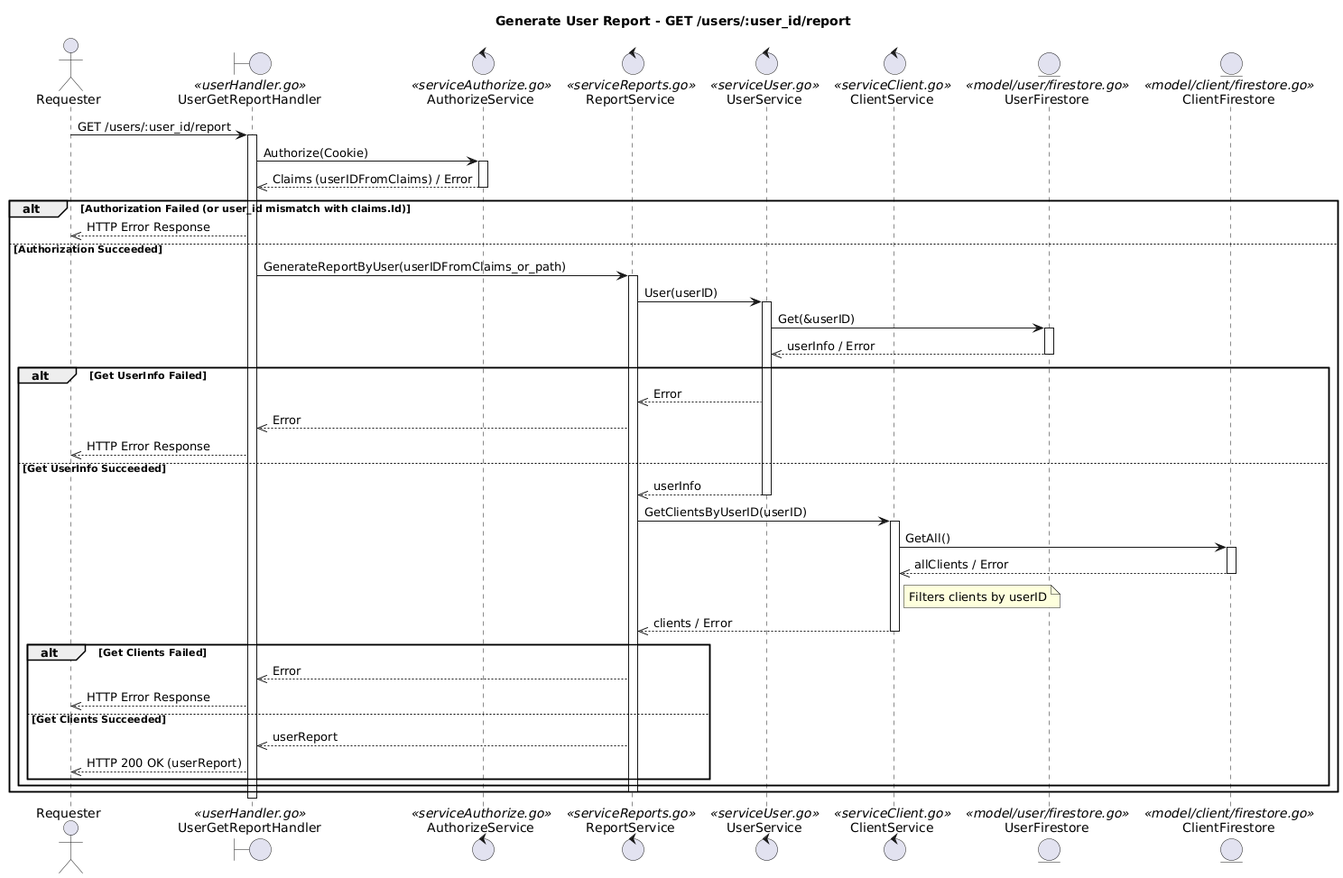
Above: docs/Report/SequenciaReportByUser.png in JulioKobayashiEbury/BankingAPI (PlantUML), before the change.
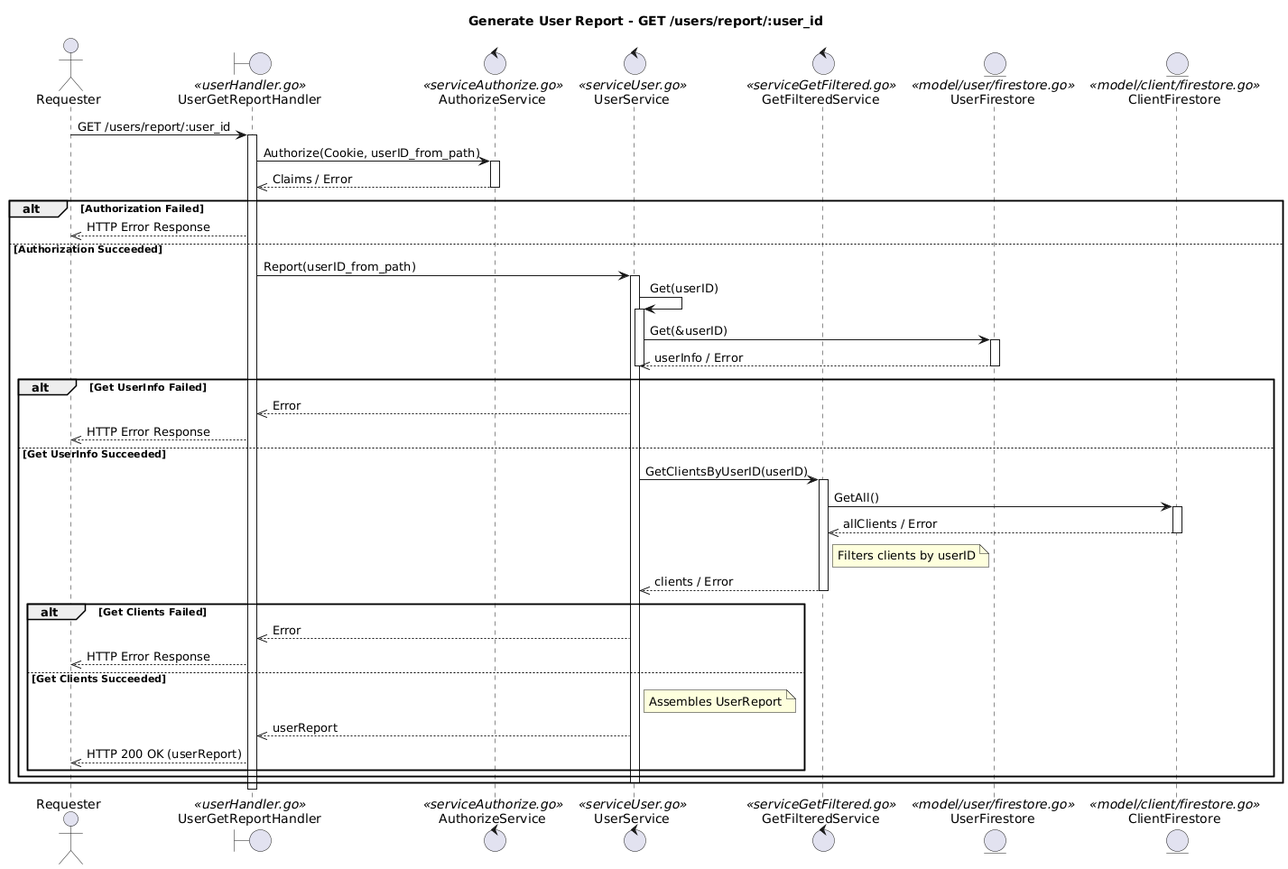
Later version of the same file.

The edit, as a diff of the source:
```diff
@@ -1,61 +1,60 @@
 @startuml
-title Generate User Report - GET /users/:user_id/report
+title Generate User Report - GET /users/report/:user_id
 
 actor Requester
 boundary UserGetReportHandler <<userHandler.go>>
 control AuthorizeService <<serviceAuthorize.go>>
-control ReportService <<serviceReports.go>>
 control UserService <<serviceUser.go>>
-control ClientService <<serviceClient.go>>
+control GetFilteredService <<serviceGetFiltered.go>>
 entity UserFirestore <<model/user/firestore.go>>
 entity ClientFirestore <<model/client/firestore.go>>
 
-Requester -> UserGetReportHandler : GET /users/:user_id/report
+Requester -> UserGetReportHandler : GET /users/report/:user_id
 activate UserGetReportHandler
 
-UserGetReportHandler -> AuthorizeService : Authorize(Cookie)
+UserGetReportHandler -> AuthorizeService : Authorize(Cookie, userID_from_path)
 activate AuthorizeService
-AuthorizeService -->> UserGetReportHandler : Claims (userIDFromClaims) / Error
+AuthorizeService -->> UserGetReportHandler : Claims / Error
 deactivate AuthorizeService
 
-alt Authorization Failed (or user_id mismatch with claims.Id)
+alt Authorization Failed
     UserGetReportHandler -->> Requester : HTTP Error Response
 else Authorization Succeeded
-    UserGetReportHandler -> ReportService : GenerateReportByUser(userIDFromClaims_or_path)
-    activate ReportService
-    ReportService -> UserService : User(userID)
+    UserGetReportHandler -> UserService : Report(userID_from_path)
+    activate UserService
+
+    UserService -> UserService : Get(userID)
     activate UserService
     UserService -> UserFirestore : Get(&userID)
     activate UserFirestore
     UserFirestore -->> UserService : userInfo / Error
     deactivate UserFirestore
+    deactivate UserService
 
     alt Get UserInfo Failed
-        UserService -->> ReportService : Error
-        ReportService -->> UserGetReportHandler : Error
+        UserService -->> UserGetReportHandler : Error
         UserGetReportHandler -->> Requester : HTTP Error Response
     else Get UserInfo Succeeded
-        UserService -->> ReportService : userInfo
-        deactivate UserService
-        ReportService -> ClientService : GetClientsByUserID(userID)
-        activate ClientService
-        ClientService -> ClientFirestore : GetAll()
+        UserService -> GetFilteredService : GetClientsByUserID(userID)
+        activate GetFilteredService
+        GetFilteredService -> ClientFirestore : GetAll()
         activate ClientFirestore
-        ClientFirestore -->> ClientService : allClients / Error
+        ClientFirestore -->> GetFilteredService : allClients / Error
         deactivate ClientFirestore
-        note right of ClientService : Filters clients by userID
-        ClientService -->> ReportService : clients / Error
-        deactivate ClientService
+        note right of GetFilteredService : Filters clients by userID
+        GetFilteredService -->> UserService : clients / Error
+        deactivate GetFilteredService
 
         alt Get Clients Failed
-            ReportService -->> UserGetReportHandler : Error
+            UserService -->> UserGetReportHandler : Error
             UserGetReportHandler -->> Requester : HTTP Error Response
         else Get Clients Succeeded
-            ReportService -->> UserGetReportHandler : userReport
+            note right of UserService : Assembles UserReport
+            UserService -->> UserGetReportHandler : userReport
             UserGetReportHandler -->> Requester : HTTP 200 OK (userReport)
         end
     end
-    deactivate ReportService
+    deactivate UserService
 end
 deactivate UserGetReportHandler
 @enduml
```
